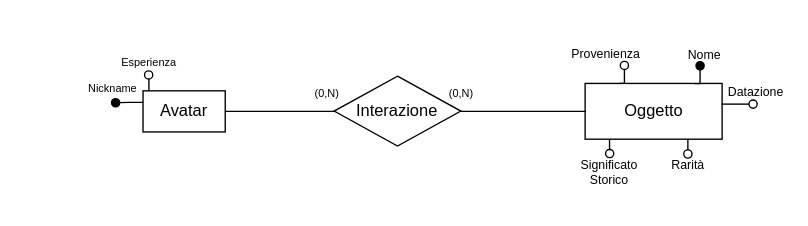
Before: WP1/Pattern/Relazione Binaria Interazione/RelazioneBinariaInterazionePrima.drawio in pnocerino/BasiDiDati, a draw.io diagram. Source tidied: cells renumbered, new cells numbered last; positions are measured from the earlier drawing's top-left corner, leaving out a move shared by most shapes. Both pictures are drawn from the tidied source at 137%, with x=0, y=0 at pixel (92, 37).
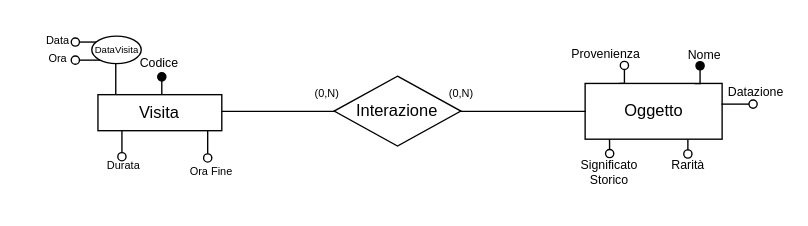
Above is the later version.

The edit, as a diff of the source:
```diff
@@
-    <mxCell id="17" value="Avatar" style="whiteSpace=wrap;html=1;align=center;" parent="1" vertex="1">
-      <mxGeometry x="36.9" y="38.8" width="60" height="30" as="geometry" />
-    </mxCell>
-    <mxCell id="18" value="&lt;font style=&quot;font-size: 8px;&quot;&gt;Esperienza&lt;/font&gt;" style="text;html=1;align=center;verticalAlign=middle;whiteSpace=wrap;rounded=1;strokeColor=none;" parent="1" vertex="1">
-      <mxGeometry x="17" y="5.2" width="49" height="23" as="geometry" />
-    </mxCell>
-    <mxCell id="19" style="edgeStyle=orthogonalEdgeStyle;rounded=0;orthogonalLoop=1;jettySize=auto;html=1;exitX=0;exitY=0.25;exitDx=0;exitDy=0;endArrow=oval;endFill=1;" parent="1" edge="1">
-      <mxGeometry relative="1" as="geometry">
-        <mxPoint x="36.9" y="47.2" as="sourcePoint" />
-        <mxPoint x="16.9" y="47.5" as="targetPoint" />
-        <Array as="points">
-          <mxPoint x="26.9" y="47.5" />
-        </Array>
-      </mxGeometry>
-    </mxCell>
-    <mxCell id="20" value="&lt;font style=&quot;font-size: 8px;&quot;&gt;Nickname&lt;/font&gt;" style="text;html=1;align=center;verticalAlign=middle;whiteSpace=wrap;rounded=1;strokeColor=none;" parent="1" vertex="1">
-      <mxGeometry y="23.8" width="30" height="23.5" as="geometry" />
-    </mxCell>
-    <mxCell id="21" style="edgeStyle=orthogonalEdgeStyle;rounded=0;orthogonalLoop=1;jettySize=auto;html=1;exitX=0.152;exitY=-0.053;exitDx=0;exitDy=0;endArrow=oval;endFill=0;exitPerimeter=0;" parent="1" edge="1">
-      <mxGeometry relative="1" as="geometry">
-        <mxPoint x="41.2" y="38.7" as="sourcePoint" />
-        <mxPoint x="41" y="27.2" as="targetPoint" />
-        <Array as="points">
-          <mxPoint x="41.2" y="31.2" />
-        </Array>
-      </mxGeometry>
-    </mxCell>
+    <mxCell id="22" value="&lt;font style=&quot;font-size: 8px;&quot;&gt;Ora&lt;/font&gt;" style="text;html=1;align=center;verticalAlign=middle;whiteSpace=wrap;rounded=1;strokeColor=none;glass=0;" parent="1" vertex="1">
+      <mxGeometry x="-50.5" y="6.5" width="50" height="15" as="geometry" />
+    </mxCell>
+    <mxCell id="23" value="&lt;font style=&quot;font-size: 8px;&quot;&gt;Ora Fine&lt;/font&gt;" style="text;html=1;align=center;verticalAlign=middle;whiteSpace=wrap;rounded=1;strokeColor=none;glass=0;" parent="1" vertex="1">
+      <mxGeometry x="66.1" y="87.8" width="42" height="19" as="geometry" />
+    </mxCell>
+    <mxCell id="24" value="&lt;font style=&quot;font-size: 8px;&quot;&gt;Data&lt;/font&gt;" style="text;html=1;align=center;verticalAlign=middle;whiteSpace=wrap;rounded=1;strokeColor=none;glass=0;" parent="1" vertex="1">
+      <mxGeometry x="-50.5" y="-6.1" width="50" height="15" as="geometry" />
+    </mxCell>
+    <mxCell id="25" style="edgeStyle=orthogonalEdgeStyle;rounded=0;orthogonalLoop=1;jettySize=auto;html=1;exitX=0;exitY=0;exitDx=0;exitDy=0;endArrow=oval;endFill=0;" parent="1" edge="1">
+      <mxGeometry relative="1" as="geometry">
+        <mxPoint x="6.9" y="3.2" as="sourcePoint" />
+        <mxPoint x="-12.5" y="3.2" as="targetPoint" />
+      </mxGeometry>
+    </mxCell>
+    <mxCell id="26" style="edgeStyle=orthogonalEdgeStyle;rounded=0;orthogonalLoop=1;jettySize=auto;html=1;endArrow=oval;endFill=0;" parent="1" edge="1">
+      <mxGeometry relative="1" as="geometry">
+        <mxPoint x="7.5" y="16.4" as="sourcePoint" />
+        <mxPoint x="-12.5" y="16.4" as="targetPoint" />
+      </mxGeometry>
+    </mxCell>
+    <mxCell id="27" style="endArrow=none;html=1;rounded=0;entryX=0.551;entryY=1.003;entryDx=0;entryDy=0;entryPerimeter=0;" parent="1" edge="1">
+      <mxGeometry relative="1" as="geometry">
+        <mxPoint x="17" y="42" as="sourcePoint" />
+        <mxPoint x="17" y="18.9" as="targetPoint" />
+      </mxGeometry>
+    </mxCell>
+    <mxCell id="28" value="&lt;p style=&quot;line-height: 110%;&quot;&gt;&lt;font style=&quot;font-size: 7px;&quot;&gt;DataVisita&lt;/font&gt;&lt;/p&gt;" style="ellipse;whiteSpace=wrap;html=1;" parent="1" vertex="1">
+      <mxGeometry x="-0.5" y="-1.1" width="36.1" height="20" as="geometry" />
+    </mxCell>
+    <mxCell id="29" style="edgeStyle=orthogonalEdgeStyle;rounded=0;orthogonalLoop=1;jettySize=auto;html=1;exitX=1;exitY=0.5;exitDx=0;exitDy=0;endArrow=oval;endFill=0;" parent="1" edge="1">
+      <mxGeometry relative="1" as="geometry">
+        <mxPoint x="84" y="67.8" as="sourcePoint" />
+        <mxPoint x="84.1" y="87.8" as="targetPoint" />
+        <Array as="points">
+          <mxPoint x="84.1" y="87.8" />
+        </Array>
+      </mxGeometry>
+    </mxCell>
+    <mxCell id="30" value="&lt;font style=&quot;font-size: 8px;&quot;&gt;Durata&lt;/font&gt;" style="text;html=1;align=center;verticalAlign=middle;whiteSpace=wrap;rounded=1;strokeColor=none;glass=0;" parent="1" vertex="1">
+      <mxGeometry x="-2.4" y="83.9" width="50" height="17" as="geometry" />
+    </mxCell>
+    <mxCell id="31" style="edgeStyle=orthogonalEdgeStyle;rounded=0;orthogonalLoop=1;jettySize=auto;html=1;exitX=1;exitY=0.5;exitDx=0;exitDy=0;endArrow=oval;endFill=0;" parent="1" edge="1">
+      <mxGeometry relative="1" as="geometry">
+        <mxPoint x="21.1" y="66.5" as="sourcePoint" />
+        <mxPoint x="21.5" y="86.9" as="targetPoint" />
+        <Array as="points">
+          <mxPoint x="21.1" y="86.5" />
+        </Array>
+      </mxGeometry>
+    </mxCell>
+    <mxCell id="32" style="edgeStyle=orthogonalEdgeStyle;rounded=0;orthogonalLoop=1;jettySize=auto;html=1;exitX=0.25;exitY=0;exitDx=0;exitDy=0;entryX=0.842;entryY=1.009;entryDx=0;entryDy=0;entryPerimeter=0;endArrow=oval;endFill=1;" parent="1" edge="1">
+      <mxGeometry relative="1" as="geometry">
+        <mxPoint x="47.6" y="41.6" as="sourcePoint" />
+        <mxPoint x="50.6" y="28.6" as="targetPoint" />
+      </mxGeometry>
+    </mxCell>
+    <mxCell id="33" value="&lt;font style=&quot;font-size: 9px;&quot;&gt;Codice&lt;/font&gt;" style="text;html=1;align=center;verticalAlign=middle;whiteSpace=wrap;rounded=0;" parent="1" vertex="1">
+      <mxGeometry x="29.1" y="8.9" width="40" height="17.3" as="geometry" />
+    </mxCell>
+    <mxCell id="34" value="Visita" style="whiteSpace=wrap;html=1;align=center;" parent="1" vertex="1">
+      <mxGeometry x="4" y="41.6" width="90.4" height="26.3" as="geometry" />
+    </mxCell>
```
